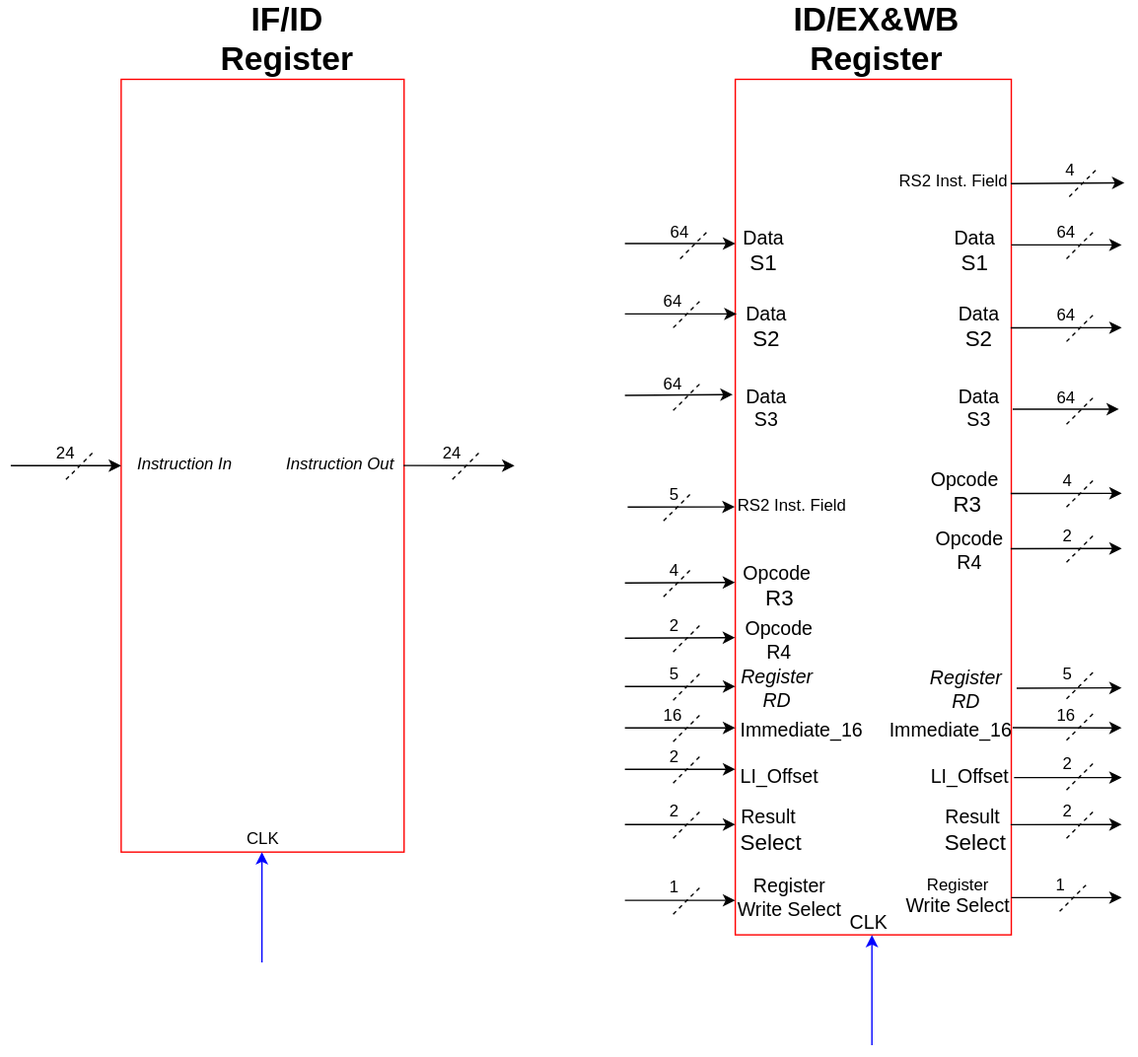
This is Block_Diagrams_Schematic/Pipeline_Registers/Pipeline_Registers.svg from WilmerSuarez/Multimedia_Processor_ESE345, a draw.io export, as it was before one commit. Source tidied: cells renumbered, new cells last; positions are measured from the earlier drawing's top-left corner, leaving out a move shared by most shapes.
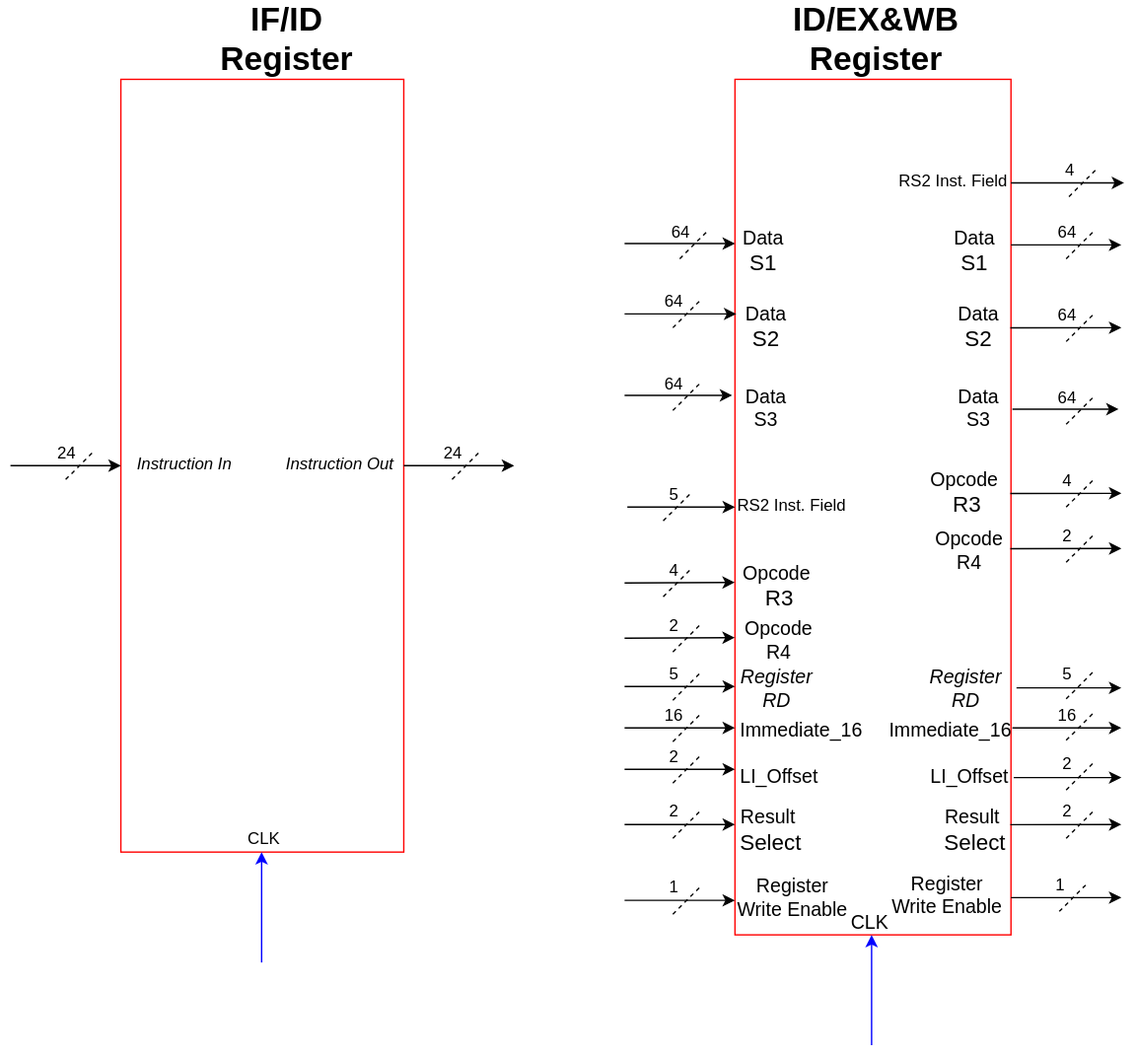
After the change.

Change to the diagram source:
```diff
@@ -394,7 +394,7 @@
         <mxPoint x="805" y="580" as="targetPoint" />
       </mxGeometry>
     </mxCell>
-    <mxCell id="91" value="&lt;div style=&quot;text-align: center&quot;&gt;&lt;span style=&quot;font-size: 14px&quot;&gt;Register&lt;/span&gt;&lt;/div&gt;&lt;div style=&quot;text-align: center&quot;&gt;&lt;span style=&quot;font-size: 14px&quot;&gt;Write Select&lt;/span&gt;&lt;/div&gt;" style="text;html=1;" parent="1" vertex="1">
+    <mxCell id="91" value="&lt;div style=&quot;text-align: center&quot;&gt;&lt;span style=&quot;font-size: 14px&quot;&gt;Register&lt;/span&gt;&lt;/div&gt;&lt;div style=&quot;text-align: center&quot;&gt;&lt;span style=&quot;font-size: 14px&quot;&gt;Write Enable&lt;/span&gt;&lt;/div&gt;" style="text;html=1;" parent="1" vertex="1">
       <mxGeometry x="525" y="610" width="52" height="40" as="geometry" />
     </mxCell>
     <mxCell id="92" style="edgeStyle=none;shape=arrow;rounded=0;html=1;exitX=0.75;exitY=1;entryX=0.75;entryY=1;shadow=0;jettySize=auto;orthogonalLoop=1;strokeColor=#030303;fillColor=#000099;" parent="1" edge="1" source="18" target="18">
@@ -415,8 +415,8 @@
     <mxCell id="95" value="1" style="text;html=1;strokeColor=none;fillColor=none;align=center;verticalAlign=middle;whiteSpace=wrap;rounded=0;" parent="1" vertex="1">
       <mxGeometry x="460" y="615" width="40" height="20" as="geometry" />
     </mxCell>
-    <mxCell id="96" value="&lt;div style=&quot;text-align: center&quot;&gt;&lt;font style=&quot;font-size: 12px&quot;&gt;Register&lt;/font&gt;&lt;/div&gt;&lt;div style=&quot;text-align: center&quot;&gt;&lt;font style=&quot;font-size: 14px&quot;&gt;Write Select&lt;/font&gt;&lt;/div&gt;" style="text;html=1;" parent="1" vertex="1">
-      <mxGeometry x="647" y="610" width="80" height="45" as="geometry" />
+    <mxCell id="96" value="&lt;div style=&quot;text-align: center&quot;&gt;&lt;div&gt;&lt;span&gt;&lt;font style=&quot;font-size: 14px&quot;&gt;Register&lt;/font&gt;&lt;/span&gt;&lt;/div&gt;&lt;div&gt;&lt;span&gt;&lt;font style=&quot;font-size: 14px&quot;&gt;Write Enable&lt;/font&gt;&lt;/span&gt;&lt;/div&gt;&lt;/div&gt;" style="text;html=1;" parent="1" vertex="1">
+      <mxGeometry x="637" y="608" width="82" height="45" as="geometry" />
     </mxCell>
     <mxCell id="97" style="endArrow=classic;html=1;shadow=0;strokeColor=#030303;fillColor=#000099;" parent="1" edge="1">
       <mxGeometry relative="1" as="geometry">
```
